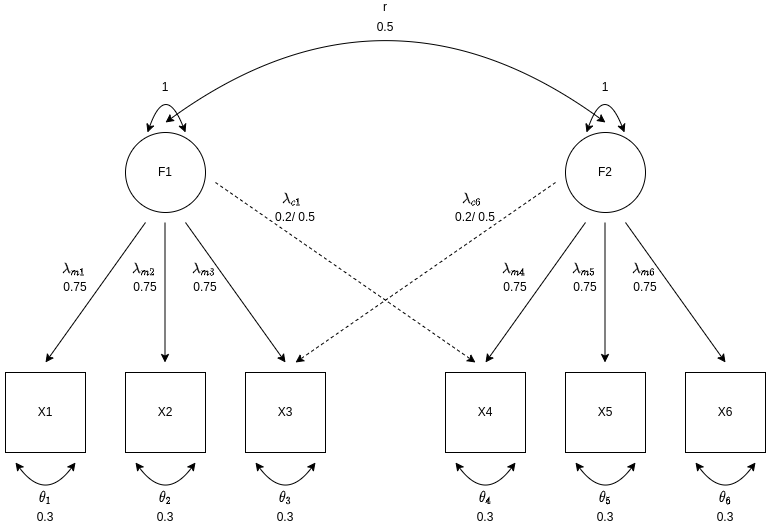
JMBKoch/1vs2StepBayesianRegSEM keeps this draw.io diagram as Rmd/figures/model.png. Above is the earlier version. Source tidied: cells renumbered, new cells last; positions are measured from the earlier drawing's top-left corner, leaving out a move shared by most shapes.
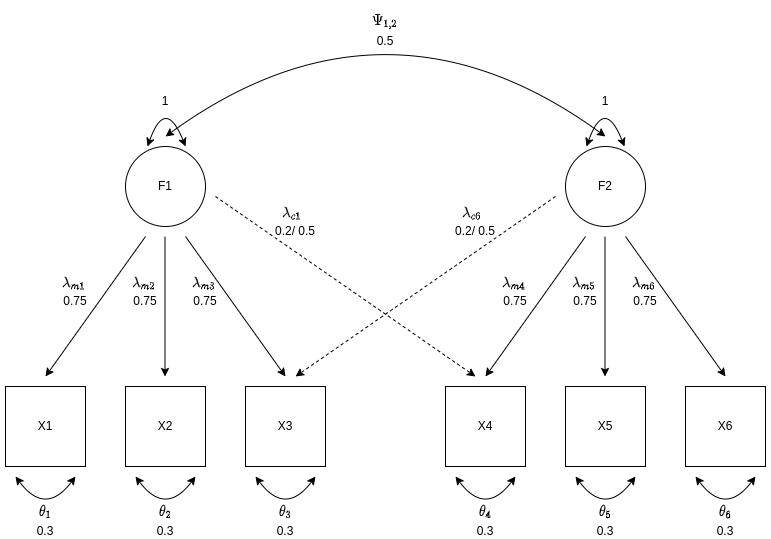
Above is the later version.

The edit, as a diff of the source:
```diff
@@ -211,8 +211,8 @@
     <mxCell id="45" value="&lt;div style=&quot;text-align: center&quot;&gt;&lt;span&gt;&lt;font face=&quot;helvetica&quot;&gt;$$\lambda_{m 1}$$&lt;/font&gt;&lt;/span&gt;&lt;/div&gt;" style="text;whiteSpace=wrap;html=1;" parent="1" vertex="1">
       <mxGeometry x="60" y="280" width="30" height="40" as="geometry" />
     </mxCell>
-    <mxCell id="46" value="r" style="text;html=1;strokeColor=none;fillColor=none;align=center;verticalAlign=middle;whiteSpace=wrap;rounded=0;" parent="1" vertex="1">
-      <mxGeometry x="355" y="40" width="60" height="10" as="geometry" />
+    <mxCell id="46" value="$$\Psi_{1, 2}$$" style="text;html=1;strokeColor=none;fillColor=none;align=center;verticalAlign=middle;whiteSpace=wrap;rounded=0;" parent="1" vertex="1">
+      <mxGeometry x="355" y="30" width="60" height="30" as="geometry" />
     </mxCell>
     <mxCell id="47" value="$$\theta_2$$" style="text;html=1;align=center;verticalAlign=middle;strokeColor=none;fillColor=none;" parent="1" vertex="1">
       <mxGeometry x="120" y="525" width="90" height="20" as="geometry" />
```
